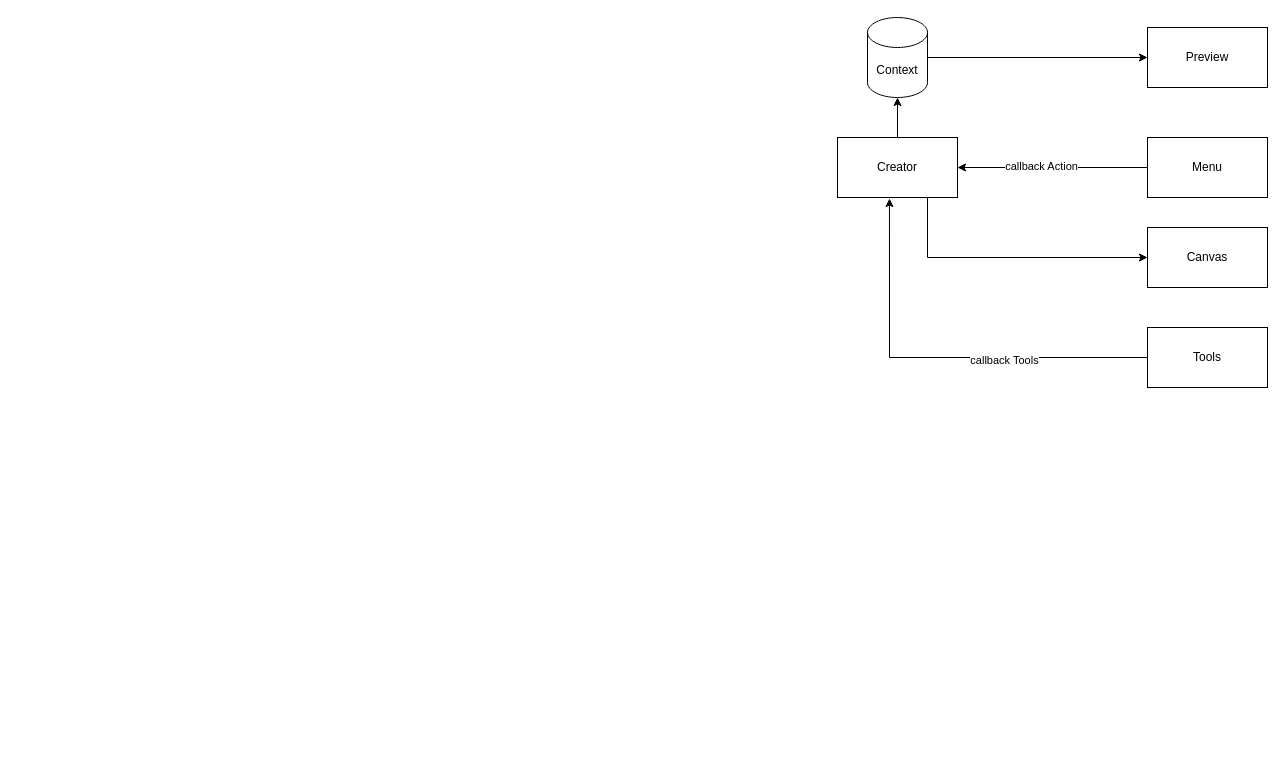
The draw.io diagram page "Creator Prototype" (2 of 3) of Design.drawio in paulologeh/flexforms, before the edit. Source tidied: cells renumbered, new cells numbered last; positions are measured from the earlier drawing's top-left corner, leaving out a move shared by most shapes. Both pictures are drawn from the tidied source at 100%, with x=0, y=0 at pixel (837, 17).
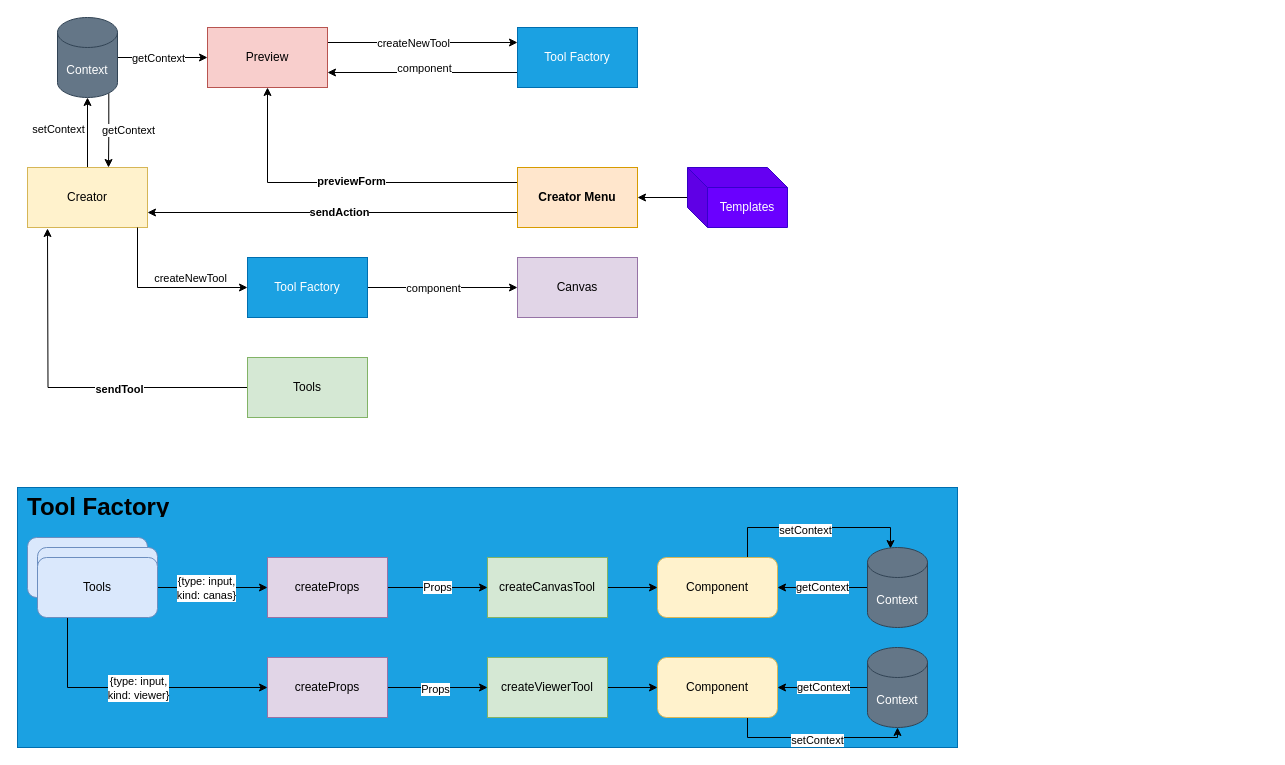
The same page after the edit.

What changed in the source:
```diff
@@
+    <mxCell id="15" style="rounded=0;whiteSpace=wrap;html=1;fillColor=#1ba1e2;strokeColor=#006EAF;fontColor=#ffffff;" parent="1" vertex="1">
+      <mxGeometry x="-820" y="470" width="940" height="260" as="geometry" />
+    </mxCell>
-    <mxCell id="2" value="Canvas" style="rounded=0;whiteSpace=wrap;html=1;" parent="1" vertex="1">
-      <mxGeometry x="310" y="210" width="120" height="60" as="geometry" />
+    <mxCell id="2" value="Canvas" style="rounded=0;whiteSpace=wrap;html=1;fillColor=#e1d5e7;strokeColor=#9673a6;" parent="1" vertex="1">
+      <mxGeometry x="-320" y="240" width="120" height="60" as="geometry" />
     </mxCell>
-    <mxCell id="3" style="edgeStyle=orthogonalEdgeStyle;rounded=0;jettySize=auto;html=1;exitX=0;exitY=0.5;exitDx=0;exitDy=0;entryX=0.433;entryY=1.017;entryDx=0;entryDy=0;entryPerimeter=0;" parent="1" edge="1" source="5" target="13">
-      <mxGeometry relative="1" as="geometry" />
+    <mxCell id="3" style="edgeStyle=orthogonalEdgeStyle;rounded=0;jettySize=auto;html=1;exitX=0;exitY=0.5;exitDx=0;exitDy=0;" parent="1" edge="1" source="5">
+      <mxGeometry relative="1" as="geometry">
+        <mxPoint x="-790" y="211" as="targetPoint" />
+      </mxGeometry>
     </mxCell>
-    <mxCell id="4" value="callback Tools" style="edgeLabel;html=1;align=center;verticalAlign=middle;" parent="3" vertex="1">
-      <mxGeometry x="-0.31" y="2" relative="1" as="geometry" />
-    </mxCell>
+    <mxCell id="16" value="sendTool" style="edgeLabel;html=1;align=center;verticalAlign=middle;fontStyle=1;" parent="3" vertex="1">
+      <mxGeometry x="-0.28" y="1" relative="1" as="geometry" />
+    </mxCell>
-    <mxCell id="5" value="Tools" style="rounded=0;whiteSpace=wrap;html=1;" parent="1" vertex="1">
-      <mxGeometry x="310" y="310" width="120" height="60" as="geometry" />
+    <mxCell id="5" value="Tools" style="rounded=0;whiteSpace=wrap;html=1;fillColor=#d5e8d4;strokeColor=#82b366;" parent="1" vertex="1">
+      <mxGeometry x="-590" y="340" width="120" height="60" as="geometry" />
     </mxCell>
-    <mxCell id="6" style="edgeStyle=orthogonalEdgeStyle;rounded=0;jettySize=auto;html=1;" parent="1" edge="1" source="8" target="13">
+    <mxCell id="6" style="edgeStyle=orthogonalEdgeStyle;rounded=0;jettySize=auto;html=1;entryX=1;entryY=0.75;entryDx=0;entryDy=0;exitX=0;exitY=0.75;exitDx=0;exitDy=0;" parent="1" edge="1" source="8" target="13">
       <mxGeometry relative="1" as="geometry" />
     </mxCell>
-    <mxCell id="7" value="callback Action" style="edgeLabel;html=1;align=center;verticalAlign=middle;" parent="6" vertex="1">
-      <mxGeometry x="0.13" y="-2" relative="1" as="geometry" />
-    </mxCell>
+    <mxCell id="17" value="&lt;b&gt;sendAction&lt;/b&gt;" style="edgeLabel;html=1;align=center;verticalAlign=middle;" parent="6" vertex="1">
+      <mxGeometry x="-0.03" y="-1" relative="1" as="geometry" />
+    </mxCell>
+    <mxCell id="18" style="edgeStyle=orthogonalEdgeStyle;rounded=0;jettySize=auto;html=1;exitX=0;exitY=0.25;exitDx=0;exitDy=0;entryX=0.5;entryY=1;entryDx=0;entryDy=0;" parent="1" edge="1" source="8" target="14">
+      <mxGeometry relative="1" as="geometry" />
+    </mxCell>
+    <mxCell id="19" value="previewForm" style="edgeLabel;html=1;align=center;verticalAlign=middle;fontStyle=1;" parent="18" vertex="1">
+      <mxGeometry x="-0.03" y="-2" relative="1" as="geometry" />
+    </mxCell>
-    <mxCell id="8" value="Menu" style="rounded=0;whiteSpace=wrap;html=1;" parent="1" vertex="1">
-      <mxGeometry x="310" y="120" width="120" height="60" as="geometry" />
+    <mxCell id="8" value="Creator Menu" style="rounded=0;whiteSpace=wrap;html=1;fillColor=#ffe6cc;strokeColor=#d79b00;fontStyle=1;" parent="1" vertex="1">
+      <mxGeometry x="-320" y="150" width="120" height="60" as="geometry" />
     </mxCell>
+    <mxCell id="20" style="edgeStyle=orthogonalEdgeStyle;rounded=0;jettySize=auto;html=1;exitX=0.855;exitY=1;exitDx=0;exitDy=-4.35;exitPerimeter=0;entryX=0.675;entryY=0;entryDx=0;entryDy=0;entryPerimeter=0;" parent="1" edge="1" source="10" target="13">
+      <mxGeometry relative="1" as="geometry" />
+    </mxCell>
+    <mxCell id="21" value="getContext" style="edgeLabel;html=1;align=center;verticalAlign=middle;" parent="20" vertex="1">
+      <mxGeometry x="0.05" y="1" relative="1" as="geometry">
+        <mxPoint x="18.4" y="-3.8" as="offset" />
+      </mxGeometry>
+    </mxCell>
-    <mxCell id="9" style="edgeStyle=orthogonalEdgeStyle;rounded=0;jettySize=auto;html=1;entryX=0;entryY=0.5;entryDx=0;entryDy=0;" parent="1" edge="1" source="10" target="14">
+    <mxCell id="9" style="edgeStyle=orthogonalEdgeStyle;rounded=0;jettySize=auto;html=1;" parent="1" edge="1" source="10" target="14">
       <mxGeometry relative="1" as="geometry" />
     </mxCell>
+    <mxCell id="22" value="getContext" style="edgeLabel;html=1;align=center;verticalAlign=middle;" parent="9" vertex="1">
+      <mxGeometry x="0.31" relative="1" as="geometry">
+        <mxPoint x="-19" as="offset" />
+      </mxGeometry>
+    </mxCell>
-    <mxCell id="10" value="Context" style="shape=cylinder3;whiteSpace=wrap;html=1;boundedLbl=1;backgroundOutline=1;size=15;" parent="1" vertex="1">
-      <mxGeometry x="30" width="60" height="80" as="geometry" />
+    <mxCell id="10" value="Context" style="shape=cylinder3;whiteSpace=wrap;html=1;boundedLbl=1;backgroundOutline=1;size=15;fillColor=#647687;strokeColor=#314354;fontColor=#ffffff;" parent="1" vertex="1">
+      <mxGeometry x="-780" width="60" height="80" as="geometry" />
     </mxCell>
-    <mxCell id="11" style="edgeStyle=orthogonalEdgeStyle;rounded=0;jettySize=auto;html=1;entryX=0;entryY=0.5;entryDx=0;entryDy=0;" parent="1" edge="1" source="13" target="2">
-      <mxGeometry relative="1" as="geometry">
-        <Array as="points">
-          <mxPoint x="90" y="240" />
-        </Array>
-      </mxGeometry>
+    <mxCell id="11" style="edgeStyle=orthogonalEdgeStyle;rounded=0;jettySize=auto;html=1;entryX=0;entryY=0.5;entryDx=0;entryDy=0;" parent="1" edge="1" source="51" target="2">
+      <mxGeometry relative="1" as="geometry" />
     </mxCell>
+    <mxCell id="23" value="component" style="edgeLabel;html=1;align=center;verticalAlign=middle;" parent="11" vertex="1">
+      <mxGeometry x="-0.28" y="-2" relative="1" as="geometry">
+        <mxPoint x="11" y="-2" as="offset" />
+      </mxGeometry>
+    </mxCell>
-    <mxCell id="12" style="edgeStyle=orthogonalEdgeStyle;rounded=0;jettySize=auto;html=1;" parent="1" edge="1" source="13" target="10">
+    <mxCell id="12" style="edgeStyle=orthogonalEdgeStyle;rounded=0;jettySize=auto;html=1;exitX=0.5;exitY=0;exitDx=0;exitDy=0;entryX=0.5;entryY=1;entryDx=0;entryDy=0;entryPerimeter=0;" parent="1" edge="1" source="13" target="10">
       <mxGeometry relative="1" as="geometry" />
     </mxCell>
+    <mxCell id="24" value="setContext" style="edgeLabel;html=1;align=center;verticalAlign=middle;" parent="12" vertex="1">
+      <mxGeometry x="0.11" y="1" relative="1" as="geometry">
+        <mxPoint x="-29" as="offset" />
+      </mxGeometry>
+    </mxCell>
-    <mxCell id="13" value="Creator" style="rounded=0;whiteSpace=wrap;html=1;" parent="1" vertex="1">
-      <mxGeometry y="120" width="120" height="60" as="geometry" />
+    <mxCell id="13" value="Creator" style="rounded=0;whiteSpace=wrap;html=1;fillColor=#fff2cc;strokeColor=#d6b656;" parent="1" vertex="1">
+      <mxGeometry x="-810" y="150" width="120" height="60" as="geometry" />
     </mxCell>
+    <mxCell id="25" style="edgeStyle=orthogonalEdgeStyle;rounded=0;jettySize=auto;html=1;exitX=1;exitY=0.25;exitDx=0;exitDy=0;entryX=0;entryY=0.25;entryDx=0;entryDy=0;" parent="1" edge="1" source="14" target="56">
+      <mxGeometry relative="1" as="geometry" />
+    </mxCell>
+    <mxCell id="26" value="createNewTool" style="edgeLabel;html=1;align=center;verticalAlign=middle;" parent="25" vertex="1">
+      <mxGeometry x="-0.11" y="-1" relative="1" as="geometry" />
+    </mxCell>
-    <mxCell id="14" value="Preview" style="rounded=0;whiteSpace=wrap;html=1;" parent="1" vertex="1">
-      <mxGeometry x="310" y="10" width="120" height="60" as="geometry" />
+    <mxCell id="14" value="Preview" style="rounded=0;whiteSpace=wrap;html=1;fillColor=#f8cecc;strokeColor=#b85450;" parent="1" vertex="1">
+      <mxGeometry x="-630" y="10" width="120" height="60" as="geometry" />
     </mxCell>
+    <mxCell id="27" style="edgeStyle=orthogonalEdgeStyle;rounded=0;jettySize=auto;html=1;" parent="1" edge="1" source="28" target="34">
+      <mxGeometry relative="1" as="geometry" />
+    </mxCell>
+    <mxCell id="28" value="createCanvasTool" style="rounded=0;whiteSpace=wrap;html=1;fillColor=#d5e8d4;strokeColor=#82b366;" parent="1" vertex="1">
+      <mxGeometry x="-350" y="540" width="120" height="60" as="geometry" />
+    </mxCell>
+    <mxCell id="29" style="edgeStyle=orthogonalEdgeStyle;rounded=0;jettySize=auto;html=1;" parent="1" edge="1" source="31" target="28">
+      <mxGeometry relative="1" as="geometry" />
+    </mxCell>
+    <mxCell id="30" value="Props" style="edgeLabel;html=1;align=center;verticalAlign=middle;" parent="29" vertex="1">
+      <mxGeometry x="-0.02" y="1" relative="1" as="geometry" />
+    </mxCell>
+    <mxCell id="31" value="createProps" style="rounded=0;whiteSpace=wrap;html=1;fillColor=#e1d5e7;strokeColor=#9673a6;" parent="1" vertex="1">
+      <mxGeometry x="-570" y="540" width="120" height="60" as="geometry" />
+    </mxCell>
+    <mxCell id="32" style="edgeStyle=orthogonalEdgeStyle;rounded=0;jettySize=auto;html=1;exitX=0.75;exitY=0;exitDx=0;exitDy=0;entryX=0.383;entryY=0.013;entryDx=0;entryDy=0;entryPerimeter=0;" parent="1" edge="1" source="34" target="60">
+      <mxGeometry relative="1" as="geometry" />
+    </mxCell>
+    <mxCell id="33" value="setContext" style="edgeLabel;html=1;align=center;verticalAlign=middle;" parent="32" vertex="1">
+      <mxGeometry x="-0.1" y="-2" relative="1" as="geometry" />
+    </mxCell>
+    <mxCell id="34" value="Component" style="rounded=1;whiteSpace=wrap;html=1;fillColor=#fff2cc;strokeColor=#d6b656;" parent="1" vertex="1">
+      <mxGeometry x="-180" y="540" width="120" height="60" as="geometry" />
+    </mxCell>
+    <mxCell id="35" style="rounded=1;whiteSpace=wrap;html=1;fillColor=#dae8fc;strokeColor=#6c8ebf;" parent="1" vertex="1">
+      <mxGeometry x="-810" y="520" width="120" height="60" as="geometry" />
+    </mxCell>
+    <mxCell id="36" style="rounded=1;whiteSpace=wrap;html=1;fillColor=#dae8fc;strokeColor=#6c8ebf;" parent="1" vertex="1">
+      <mxGeometry x="-800" y="530" width="120" height="60" as="geometry" />
+    </mxCell>
+    <mxCell id="37" style="edgeStyle=orthogonalEdgeStyle;rounded=0;jettySize=auto;html=1;" parent="1" edge="1" source="41" target="31">
+      <mxGeometry relative="1" as="geometry" />
+    </mxCell>
+    <mxCell id="38" value="{type: input,&lt;br&gt;kind: canas}" style="edgeLabel;html=1;align=center;verticalAlign=middle;" parent="37" vertex="1">
+      <mxGeometry x="-0.24" relative="1" as="geometry">
+        <mxPoint x="6" as="offset" />
+      </mxGeometry>
+    </mxCell>
+    <mxCell id="39" style="edgeStyle=orthogonalEdgeStyle;rounded=0;jettySize=auto;html=1;exitX=0.25;exitY=1;exitDx=0;exitDy=0;entryX=0;entryY=0.5;entryDx=0;entryDy=0;" parent="1" edge="1" source="41" target="49">
+      <mxGeometry relative="1" as="geometry" />
+    </mxCell>
+    <mxCell id="40" value="{type: input,&lt;br&gt;kind: viewer}" style="edgeLabel;html=1;align=center;verticalAlign=middle;" parent="39" vertex="1">
+      <mxGeometry x="-0.37" y="1" relative="1" as="geometry">
+        <mxPoint x="55" y="1" as="offset" />
+      </mxGeometry>
+    </mxCell>
+    <mxCell id="41" value="Tools" style="rounded=1;whiteSpace=wrap;html=1;fillColor=#dae8fc;strokeColor=#6c8ebf;" parent="1" vertex="1">
+      <mxGeometry x="-800" y="540" width="120" height="60" as="geometry" />
+    </mxCell>
+    <mxCell id="42" style="edgeStyle=orthogonalEdgeStyle;rounded=0;jettySize=auto;html=1;" parent="1" edge="1" source="43" target="46">
+      <mxGeometry relative="1" as="geometry" />
+    </mxCell>
+    <mxCell id="43" value="createViewerTool" style="rounded=0;whiteSpace=wrap;html=1;fillColor=#d5e8d4;strokeColor=#82b366;" parent="1" vertex="1">
+      <mxGeometry x="-350" y="640" width="120" height="60" as="geometry" />
+    </mxCell>
+    <mxCell id="44" style="edgeStyle=orthogonalEdgeStyle;rounded=0;jettySize=auto;html=1;exitX=0.75;exitY=1;exitDx=0;exitDy=0;entryX=0.5;entryY=1;entryDx=0;entryDy=0;entryPerimeter=0;" parent="1" edge="1" source="46" target="63">
+      <mxGeometry relative="1" as="geometry" />
+    </mxCell>
+    <mxCell id="45" value="setContext" style="edgeLabel;html=1;align=center;verticalAlign=middle;" parent="44" vertex="1">
+      <mxGeometry x="-0.01" y="-2" relative="1" as="geometry" />
+    </mxCell>
+    <mxCell id="46" value="Component" style="rounded=1;whiteSpace=wrap;html=1;fillColor=#fff2cc;strokeColor=#d6b656;" parent="1" vertex="1">
+      <mxGeometry x="-180" y="640" width="120" height="60" as="geometry" />
+    </mxCell>
+    <mxCell id="47" style="edgeStyle=orthogonalEdgeStyle;rounded=0;jettySize=auto;html=1;" parent="1" edge="1" source="49" target="43">
+      <mxGeometry relative="1" as="geometry" />
+    </mxCell>
+    <mxCell id="48" value="Props" style="edgeLabel;html=1;align=center;verticalAlign=middle;" parent="47" vertex="1">
+      <mxGeometry x="-0.06" y="-1" relative="1" as="geometry" />
+    </mxCell>
+    <mxCell id="49" value="createProps" style="whiteSpace=wrap;html=1;fillColor=#e1d5e7;strokeColor=#9673a6;" parent="1" vertex="1">
+      <mxGeometry x="-570" y="640" width="120" height="60" as="geometry" />
+    </mxCell>
+    <mxCell id="50" value="&lt;h1&gt;Tool Factory&lt;/h1&gt;" style="text;html=1;spacing=5;spacingTop=-20;whiteSpace=wrap;overflow=hidden;rounded=0;" parent="1" vertex="1">
+      <mxGeometry x="-815" y="470" width="190" height="30" as="geometry" />
+    </mxCell>
+    <mxCell id="51" value="Tool Factory" style="rounded=0;whiteSpace=wrap;html=1;fillColor=#1ba1e2;strokeColor=#006EAF;fontColor=#ffffff;" parent="1" vertex="1">
+      <mxGeometry x="-590" y="240" width="120" height="60" as="geometry" />
+    </mxCell>
+    <mxCell id="52" style="edgeStyle=orthogonalEdgeStyle;rounded=0;jettySize=auto;html=1;entryX=0;entryY=0.5;entryDx=0;entryDy=0;" parent="1" edge="1" source="13" target="51">
+      <mxGeometry relative="1" as="geometry">
+        <Array as="points">
+          <mxPoint x="-700" y="270" />
+        </Array>
+      </mxGeometry>
+    </mxCell>
+    <mxCell id="53" value="createNewTool" style="edgeLabel;html=1;align=center;verticalAlign=middle;" parent="52" vertex="1">
+      <mxGeometry x="0.19" y="4" relative="1" as="geometry">
+        <mxPoint x="11" y="-6" as="offset" />
+      </mxGeometry>
+    </mxCell>
+    <mxCell id="54" style="edgeStyle=orthogonalEdgeStyle;rounded=0;jettySize=auto;html=1;exitX=0;exitY=0.75;exitDx=0;exitDy=0;entryX=1;entryY=0.75;entryDx=0;entryDy=0;" parent="1" edge="1" source="56" target="14">
+      <mxGeometry relative="1" as="geometry" />
+    </mxCell>
+    <mxCell id="55" value="component" style="edgeLabel;html=1;align=center;verticalAlign=middle;" parent="54" vertex="1">
+      <mxGeometry x="-0.01" y="3" relative="1" as="geometry">
+        <mxPoint y="-8" as="offset" />
+      </mxGeometry>
+    </mxCell>
+    <mxCell id="56" value="Tool Factory" style="rounded=0;whiteSpace=wrap;html=1;fillColor=#1ba1e2;strokeColor=#006EAF;fontColor=#ffffff;" parent="1" vertex="1">
+      <mxGeometry x="-320" y="10" width="120" height="60" as="geometry" />
+    </mxCell>
+    <mxCell id="57" style="edgeStyle=orthogonalEdgeStyle;rounded=0;jettySize=auto;html=1;" parent="1" edge="1" source="58" target="8">
+      <mxGeometry relative="1" as="geometry" />
+    </mxCell>
+    <mxCell id="58" value="Templates" style="shape=cube;whiteSpace=wrap;html=1;boundedLbl=1;backgroundOutline=1;darkOpacity=0.05;darkOpacity2=0.1;rotation=0;fillColor=#6a00ff;strokeColor=#3700CC;fontColor=#ffffff;" parent="1" vertex="1">
+      <mxGeometry x="-150" y="150" width="100" height="60" as="geometry" />
+    </mxCell>
+    <mxCell id="59" value="getContext" style="edgeStyle=orthogonalEdgeStyle;rounded=0;jettySize=auto;html=1;exitX=0;exitY=0.5;exitDx=0;exitDy=0;exitPerimeter=0;entryX=1;entryY=0.5;entryDx=0;entryDy=0;" parent="1" edge="1" source="60" target="34">
+      <mxGeometry relative="1" as="geometry" />
+    </mxCell>
+    <mxCell id="60" value="Context" style="shape=cylinder3;whiteSpace=wrap;html=1;boundedLbl=1;backgroundOutline=1;size=15;fillColor=#647687;strokeColor=#314354;fontColor=#ffffff;" parent="1" vertex="1">
+      <mxGeometry x="30" y="530" width="60" height="80" as="geometry" />
+    </mxCell>
+    <mxCell id="61" style="edgeStyle=orthogonalEdgeStyle;rounded=0;jettySize=auto;html=1;exitX=0;exitY=0.5;exitDx=0;exitDy=0;exitPerimeter=0;entryX=1;entryY=0.5;entryDx=0;entryDy=0;" parent="1" edge="1" source="63" target="46">
+      <mxGeometry relative="1" as="geometry" />
+    </mxCell>
+    <mxCell id="62" value="getContext" style="edgeLabel;html=1;align=center;verticalAlign=middle;" parent="61" vertex="1">
+      <mxGeometry y="-1" relative="1" as="geometry" />
+    </mxCell>
+    <mxCell id="63" value="Context" style="shape=cylinder3;whiteSpace=wrap;html=1;boundedLbl=1;backgroundOutline=1;size=15;fillColor=#647687;strokeColor=#314354;fontColor=#ffffff;" parent="1" vertex="1">
+      <mxGeometry x="30" y="630" width="60" height="80" as="geometry" />
+    </mxCell>
```
